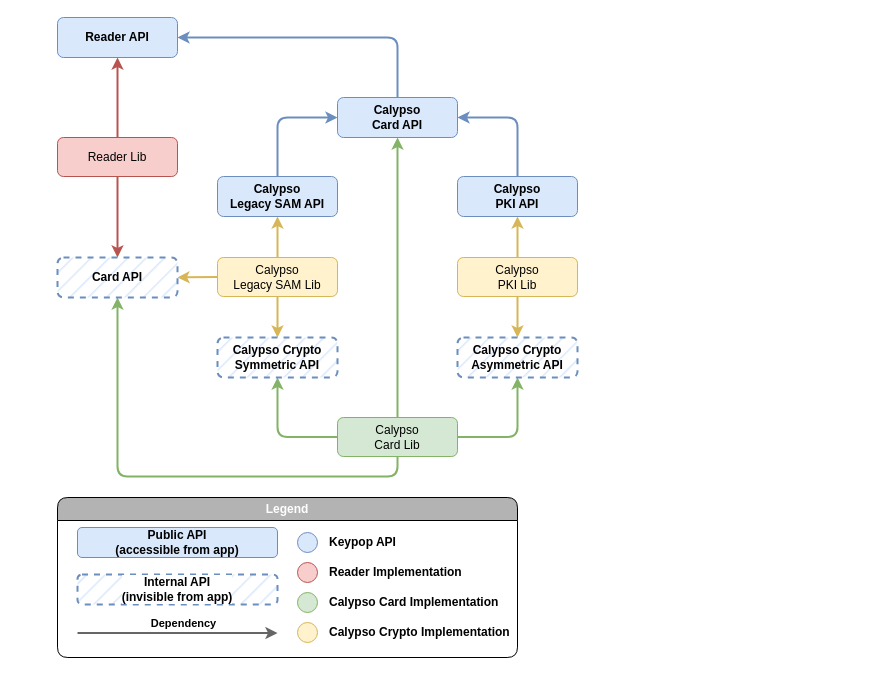
This is static/media/uml/apis_dependencies_overview.drawio from eclipse-keypop/keypop-website, a draw.io file, before an edit. Source tidied: cells renumbered, new cells numbered last; positions are measured from the earlier drawing's top-left corner, leaving out a move shared by most shapes. Both pictures are drawn from the tidied source at 100%, with x=0, y=0 at pixel (57, 17).
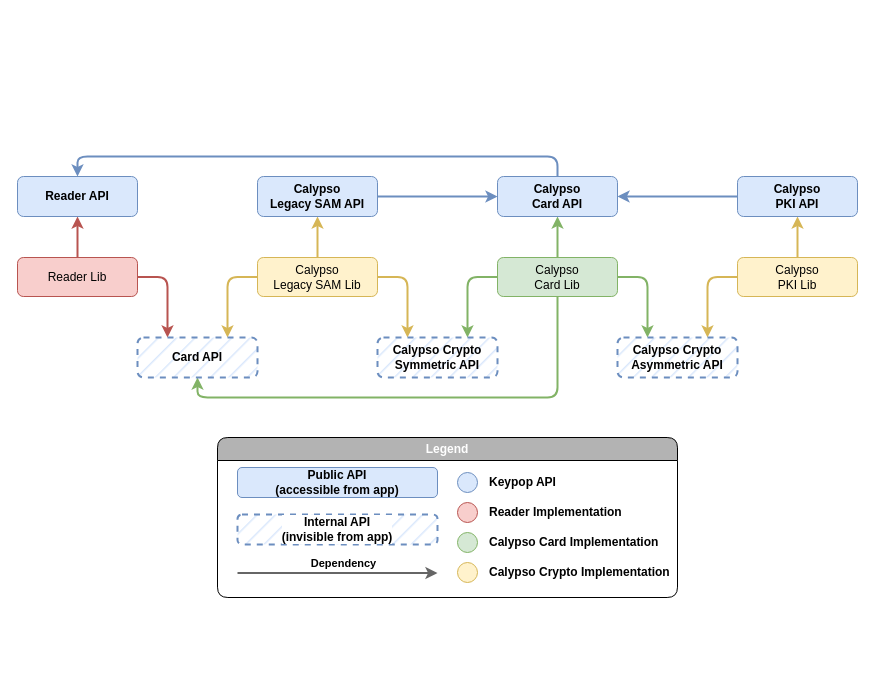
Above is the later version.

Commit message (it also covers changes not shown here):
docs: update API dependencies diagram

The edit, as a diff of the source:
```diff
@@
-    <mxCell id="2" style="edgeStyle=orthogonalEdgeStyle;jettySize=auto;html=1;entryX=0.5;entryY=0;entryDx=0;entryDy=0;fillColor=#f8cecc;strokeColor=#b85450;strokeWidth=2;exitX=0.5;exitY=1;exitDx=0;exitDy=0;" parent="1" edge="1" source="17" target="21">
+    <mxCell id="2" style="edgeStyle=orthogonalEdgeStyle;jettySize=auto;html=1;entryX=0.25;entryY=0;entryDx=0;entryDy=0;fillColor=#f8cecc;strokeColor=#b85450;strokeWidth=2;exitX=1;exitY=0.5;exitDx=0;exitDy=0;" parent="1" edge="1" source="17" target="21">
       <mxGeometry relative="1" as="geometry" />
     </mxCell>
@@
-    <mxCell id="7" style="edgeStyle=orthogonalEdgeStyle;rounded=1;jettySize=auto;html=1;entryX=0.5;entryY=0;entryDx=0;entryDy=0;fillColor=#fff2cc;strokeColor=#d6b656;strokeWidth=2;exitX=0.5;exitY=1;exitDx=0;exitDy=0;" parent="1" edge="1" source="19" target="22">
+    <mxCell id="7" style="edgeStyle=orthogonalEdgeStyle;rounded=1;jettySize=auto;html=1;entryX=0.25;entryY=0;entryDx=0;entryDy=0;fillColor=#fff2cc;strokeColor=#d6b656;strokeWidth=2;exitX=1;exitY=0.5;exitDx=0;exitDy=0;" parent="1" edge="1" source="19" target="22">
       <mxGeometry relative="1" as="geometry" />
     </mxCell>
-    <mxCell id="8" style="edgeStyle=orthogonalEdgeStyle;jettySize=auto;html=1;entryX=0.5;entryY=1;entryDx=0;entryDy=0;exitX=0;exitY=0.5;exitDx=0;exitDy=0;fillColor=#d5e8d4;strokeColor=#82b366;strokeWidth=2;" parent="1" edge="1" source="18" target="22">
+    <mxCell id="8" style="edgeStyle=orthogonalEdgeStyle;jettySize=auto;html=1;entryX=0.75;entryY=0;entryDx=0;entryDy=0;exitX=0;exitY=0.5;exitDx=0;exitDy=0;fillColor=#d5e8d4;strokeColor=#82b366;strokeWidth=2;" parent="1" edge="1" source="18" target="22">
       <mxGeometry relative="1" as="geometry" />
     </mxCell>
@@
-    <mxCell id="10" style="edgeStyle=orthogonalEdgeStyle;rounded=1;jettySize=auto;html=1;entryX=0.5;entryY=0;entryDx=0;entryDy=0;fillColor=#fff2cc;strokeColor=#d6b656;strokeWidth=2;exitX=0.5;exitY=1;exitDx=0;exitDy=0;" parent="1" edge="1" source="20" target="23">
+    <mxCell id="10" style="edgeStyle=orthogonalEdgeStyle;rounded=1;jettySize=auto;html=1;entryX=0.75;entryY=0;entryDx=0;entryDy=0;fillColor=#fff2cc;strokeColor=#d6b656;strokeWidth=2;exitX=0;exitY=0.5;exitDx=0;exitDy=0;" parent="1" edge="1" source="20" target="23">
       <mxGeometry relative="1" as="geometry" />
     </mxCell>
-    <mxCell id="11" style="edgeStyle=orthogonalEdgeStyle;jettySize=auto;html=1;entryX=0.5;entryY=1;entryDx=0;entryDy=0;exitX=1;exitY=0.5;exitDx=0;exitDy=0;fillColor=#d5e8d4;strokeColor=#82b366;strokeWidth=2;jumpStyle=arc;" parent="1" edge="1" source="18" target="23">
+    <mxCell id="11" style="edgeStyle=orthogonalEdgeStyle;jettySize=auto;html=1;entryX=0.25;entryY=0;entryDx=0;entryDy=0;exitX=1;exitY=0.5;exitDx=0;exitDy=0;fillColor=#d5e8d4;strokeColor=#82b366;strokeWidth=2;jumpStyle=arc;" parent="1" edge="1" source="18" target="23">
       <mxGeometry relative="1" as="geometry" />
     </mxCell>
-    <mxCell id="12" style="edgeStyle=orthogonalEdgeStyle;rounded=1;jettySize=auto;html=1;entryX=1;entryY=0.5;entryDx=0;entryDy=0;fillColor=#fff2cc;strokeColor=#d6b656;strokeWidth=2;exitX=0;exitY=0.5;exitDx=0;exitDy=0;jumpStyle=arc;" parent="1" edge="1" source="19" target="21">
+    <mxCell id="12" style="edgeStyle=orthogonalEdgeStyle;rounded=1;jettySize=auto;html=1;entryX=0.75;entryY=0;entryDx=0;entryDy=0;fillColor=#fff2cc;strokeColor=#d6b656;strokeWidth=2;exitX=0;exitY=0.5;exitDx=0;exitDy=0;jumpStyle=arc;" parent="1" edge="1" source="19" target="21">
       <mxGeometry relative="1" as="geometry" />
     </mxCell>
     <mxCell id="13" value="Reader API" style="rounded=1;whiteSpace=wrap;html=1;fillColor=#dae8fc;strokeColor=#6c8ebf;fontStyle=1;" parent="1" vertex="1">
-      <mxGeometry width="120" height="40" as="geometry" />
+      <mxGeometry x="-40" y="159" width="120" height="40" as="geometry" />
     </mxCell>
     <mxCell id="14" value="Calypso&lt;br&gt;Card API" style="rounded=1;whiteSpace=wrap;html=1;fillColor=#dae8fc;strokeColor=#6c8ebf;fontStyle=1;" parent="1" vertex="1">
-      <mxGeometry x="280" y="80" width="120" height="40" as="geometry" />
+      <mxGeometry x="440" y="159" width="120" height="40" as="geometry" />
     </mxCell>
     <mxCell id="15" value="Calypso&lt;br&gt;Legacy SAM API" style="rounded=1;whiteSpace=wrap;html=1;fillColor=#dae8fc;strokeColor=#6c8ebf;fontStyle=1;" parent="1" vertex="1">
-      <mxGeometry x="160" y="159" width="120" height="40" as="geometry" />
+      <mxGeometry x="200" y="159" width="120" height="40" as="geometry" />
     </mxCell>
     <mxCell id="16" value="Calypso&lt;br&gt;PKI API" style="rounded=1;whiteSpace=wrap;html=1;fillColor=#dae8fc;strokeColor=#6c8ebf;fontStyle=1;" parent="1" vertex="1">
-      <mxGeometry x="400" y="159" width="120" height="40" as="geometry" />
+      <mxGeometry x="680" y="159" width="120" height="40" as="geometry" />
     </mxCell>
     <mxCell id="17" value="Reader Lib" style="rounded=1;whiteSpace=wrap;html=1;fillColor=#f8cecc;strokeColor=#b85450;" parent="1" vertex="1">
-      <mxGeometry y="120" width="120" height="39" as="geometry" />
+      <mxGeometry x="-40" y="240" width="120" height="39" as="geometry" />
     </mxCell>
     <mxCell id="18" value="Calypso&lt;br&gt;Card Lib" style="rounded=1;whiteSpace=wrap;html=1;fillColor=#d5e8d4;strokeColor=#82b366;" parent="1" vertex="1">
-      <mxGeometry x="280" y="400" width="120" height="39" as="geometry" />
+      <mxGeometry x="440" y="240" width="120" height="39" as="geometry" />
     </mxCell>
     <mxCell id="19" value="Calypso&lt;br&gt;Legacy SAM Lib" style="rounded=1;whiteSpace=wrap;html=1;fillColor=#fff2cc;strokeColor=#d6b656;" parent="1" vertex="1">
-      <mxGeometry x="160" y="240" width="120" height="39" as="geometry" />
+      <mxGeometry x="200" y="240" width="120" height="39" as="geometry" />
     </mxCell>
     <mxCell id="20" value="Calypso&lt;br&gt;PKI Lib" style="rounded=1;whiteSpace=wrap;html=1;fillColor=#fff2cc;strokeColor=#d6b656;" parent="1" vertex="1">
-      <mxGeometry x="400" y="240" width="120" height="39" as="geometry" />
+      <mxGeometry x="680" y="240" width="120" height="39" as="geometry" />
     </mxCell>
     <mxCell id="21" value="Card API" style="rounded=1;whiteSpace=wrap;html=1;fillColor=#dae8fc;strokeColor=#6c8ebf;fontStyle=1;dashed=1;strokeWidth=2;fillStyle=hatch;" parent="1" vertex="1">
-      <mxGeometry y="240" width="120" height="40" as="geometry" />
+      <mxGeometry x="80" y="320" width="120" height="40" as="geometry" />
     </mxCell>
     <mxCell id="22" value="Calypso Crypto Symmetric API" style="rounded=1;whiteSpace=wrap;html=1;fillColor=#dae8fc;strokeColor=#6c8ebf;fontStyle=1;dashed=1;strokeWidth=2;fillStyle=hatch;" parent="1" vertex="1">
-      <mxGeometry x="160" y="320" width="120" height="40" as="geometry" />
+      <mxGeometry x="320" y="320" width="120" height="40" as="geometry" />
     </mxCell>
     <mxCell id="23" value="Calypso Crypto Asymmetric API" style="rounded=1;whiteSpace=wrap;html=1;fillColor=#dae8fc;strokeColor=#6c8ebf;fontStyle=1;dashed=1;strokeWidth=2;fillStyle=hatch;" parent="1" vertex="1">
-      <mxGeometry x="400" y="320" width="120" height="40" as="geometry" />
+      <mxGeometry x="560" y="320" width="120" height="40" as="geometry" />
     </mxCell>
-    <mxCell id="24" style="edgeStyle=orthogonalEdgeStyle;jettySize=auto;html=1;entryX=1;entryY=0.5;entryDx=0;entryDy=0;fillColor=#dae8fc;strokeColor=#6c8ebf;strokeWidth=2;exitX=0.5;exitY=0;exitDx=0;exitDy=0;" parent="1" edge="1" source="14" target="13">
+    <mxCell id="24" style="edgeStyle=orthogonalEdgeStyle;jettySize=auto;html=1;entryX=0.5;entryY=0;entryDx=0;entryDy=0;fillColor=#dae8fc;strokeColor=#6c8ebf;strokeWidth=2;exitX=0.5;exitY=0;exitDx=0;exitDy=0;" parent="1" edge="1" source="14" target="13">
       <mxGeometry relative="1" as="geometry" />
     </mxCell>
-    <mxCell id="25" style="edgeStyle=orthogonalEdgeStyle;rounded=1;jettySize=auto;html=1;exitX=0.5;exitY=0;exitDx=0;exitDy=0;entryX=0;entryY=0.5;entryDx=0;entryDy=0;fillColor=#dae8fc;strokeColor=#6c8ebf;strokeWidth=2;" parent="1" edge="1" source="15" target="14">
+    <mxCell id="25" style="edgeStyle=orthogonalEdgeStyle;rounded=1;jettySize=auto;html=1;exitX=1;exitY=0.5;exitDx=0;exitDy=0;entryX=0;entryY=0.5;entryDx=0;entryDy=0;fillColor=#dae8fc;strokeColor=#6c8ebf;strokeWidth=2;" parent="1" edge="1" source="15" target="14">
       <mxGeometry relative="1" as="geometry" />
     </mxCell>
-    <mxCell id="26" style="edgeStyle=orthogonalEdgeStyle;jettySize=auto;html=1;entryX=1;entryY=0.5;entryDx=0;entryDy=0;exitX=0.5;exitY=0;exitDx=0;exitDy=0;fillColor=#dae8fc;strokeColor=#6c8ebf;strokeWidth=2;" parent="1" edge="1" source="16" target="14">
+    <mxCell id="26" style="edgeStyle=orthogonalEdgeStyle;jettySize=auto;html=1;entryX=1;entryY=0.5;entryDx=0;entryDy=0;exitX=0;exitY=0.5;exitDx=0;exitDy=0;fillColor=#dae8fc;strokeColor=#6c8ebf;strokeWidth=2;" parent="1" edge="1" source="16" target="14">
       <mxGeometry relative="1" as="geometry" />
     </mxCell>
     <mxCell id="27" value="Legend" style="swimlane;whiteSpace=wrap;html=1;shadow=0;glass=0;labelBackgroundColor=#B3B3B3;fillStyle=auto;strokeWidth=1;fillColor=#B3B3B3;gradientColor=none;rounded=1;swimlaneFillColor=none;swimlaneLine=1;fontColor=#FFFFFF;" parent="1" vertex="1">
-      <mxGeometry y="480" width="460" height="160" as="geometry" />
+      <mxGeometry x="160" y="420" width="460" height="160" as="geometry" />
     </mxCell>
```
